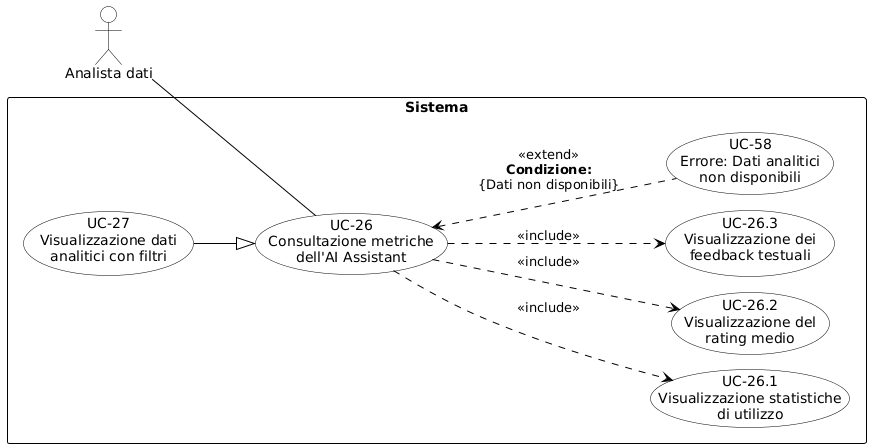
This is RTB/Analisi dei Requisiti/diagrammi_use_case/UC-26.png from aLittleByte-19/Documentazione, a PlantUML export, as it was before one commit.
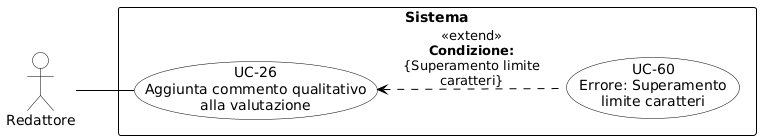
The same file after the commit.

Change to the diagram source:
```diff
@@ -3,7 +3,7 @@
 skinparam defaultFontName Arial
 left to right direction
 skinparam nodesep 15
-skinparam ranksep 60
+skinparam ranksep 50
 
 skinparam usecase {
     BackgroundColor white
@@ -19,27 +19,14 @@
     FontStyle bold
 }
 
-actor "Analista dati" as AD
+actor "Redattore" as redattore
 
 rectangle "Sistema" {
-    usecase "UC-26\nConsultazione metriche\ndell'AI Assistant" as UC26
+    usecase "UC-26\nAggiunta commento qualitativo\nalla valutazione" as UC26
+    usecase "UC-60\nErrore: Superamento\nlimite caratteri" as UC60
 
-    usecase "UC-26.1\nVisualizzazione statistiche\ndi utilizzo" as UC26_1
-    usecase "UC-26.2\nVisualizzazione del\nrating medio" as UC26_2
-    usecase "UC-26.3\nVisualizzazione dei\nfeedback testuali" as UC26_3
-
-    usecase "UC-58\nErrore: Dati analitici\nnon disponibili" as UC58
-
-    usecase "UC-27\nVisualizzazione dati\nanalitici con filtri" as UC27
-
-    UC26 ..> UC26_1 : <<include>>
-    UC26 ..> UC26_2 : <<include>>
-    UC26 ..> UC26_3 : <<include>>
-
-    UC26 <.. UC58 : <<extend>>\n**Condizione:**\n{Dati non disponibili}
-
-    UC27 --|> UC26
+    UC60 .up.> UC26 : «extend»\n<b>Condizione:</b>\n{Superamento limite\ncaratteri}
 }
 
-AD -- UC26
+redattore -- UC26
 @enduml
```
